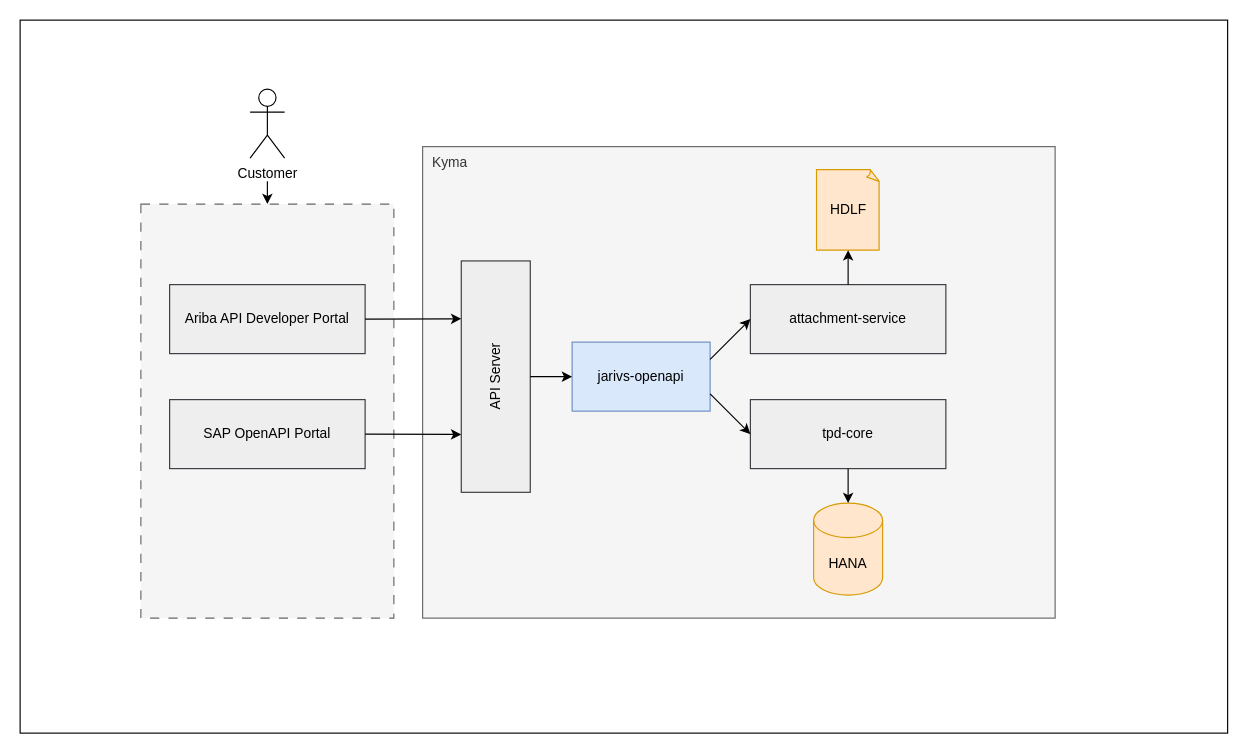
Above: page "Page-1" (1 of 2) of certification-ng.drawio in huangshijie/Drawio (draw.io), before the change. Source tidied: cells renumbered, new cells numbered last; positions are measured from the earlier drawing's top-left corner, leaving out a move shared by most shapes. Both pictures are drawn from the tidied source at 115%, with x=0, y=0 at pixel (20, 20).
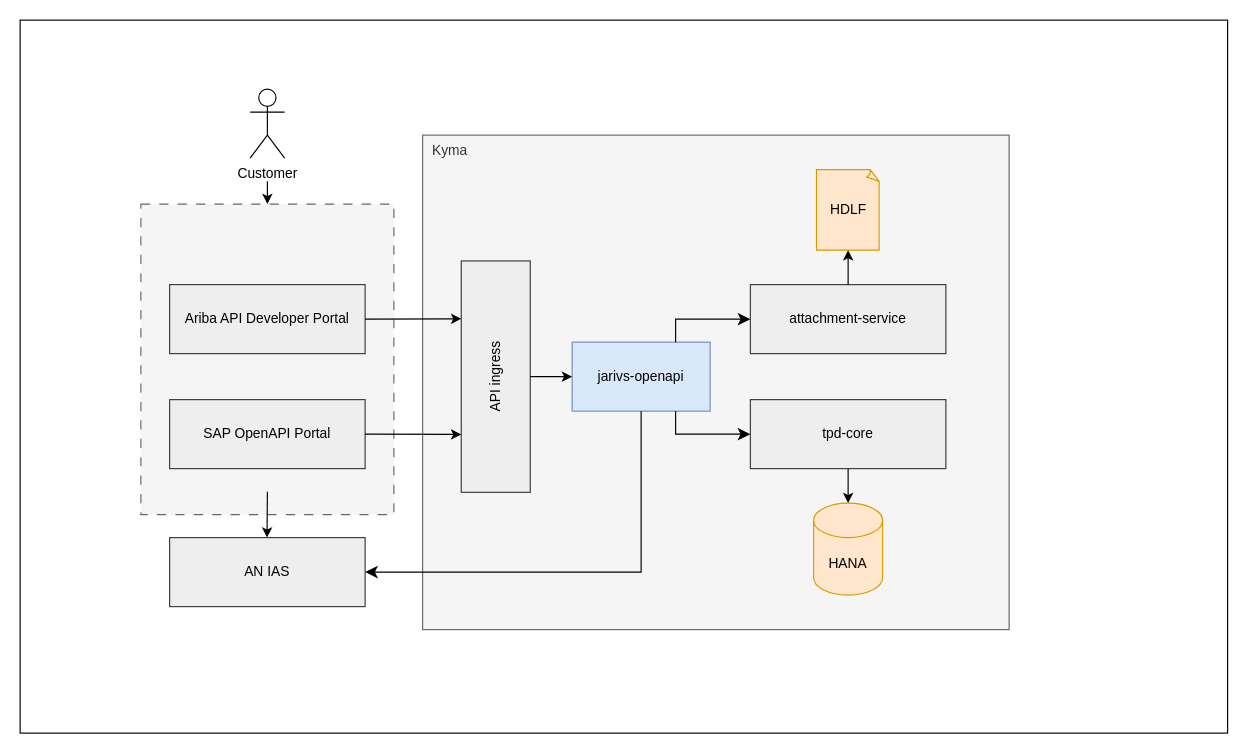
After the change.

Unchanged cells that the change refers to:
```xml
<mxCell id="7" value="tpd-core" style="rounded=0;whiteSpace=wrap;html=1;fillColor=#eeeeee;strokeColor=#36393d;" parent="1" vertex="1">
  <mxGeometry x="635" y="330" width="170" height="60" as="geometry" />
</mxCell>
<mxCell id="11" value="attachment-service" style="rounded=0;whiteSpace=wrap;html=1;fillColor=#eeeeee;strokeColor=#36393d;" parent="1" vertex="1">
  <mxGeometry x="635" y="230" width="170" height="60" as="geometry" />
</mxCell>
<mxCell id="12" value="jarivs-openapi" style="rounded=0;whiteSpace=wrap;html=1;fillColor=#dae8fc;strokeColor=#6c8ebf;rotation=0;" parent="1" vertex="1">
  <mxGeometry x="480" y="280" width="120" height="60" as="geometry" />
</mxCell>
```

Change to the diagram source:
```diff
@@
     <mxCell id="3" style="rounded=0;whiteSpace=wrap;html=1;fillColor=#f5f5f5;fontColor=#333333;strokeColor=#666666;dashed=1;dashPattern=8 8;" parent="1" vertex="1">
-      <mxGeometry x="105" y="160" width="220" height="360" as="geometry" />
+      <mxGeometry x="105" y="160" width="220" height="270" as="geometry" />
     </mxCell>
     <mxCell id="4" value="&amp;nbsp; Kyma" style="rounded=0;whiteSpace=wrap;html=1;fillColor=#f5f5f5;fontColor=#333333;strokeColor=#666666;align=left;verticalAlign=top;" parent="1" vertex="1">
-      <mxGeometry x="350" y="110" width="550" height="410" as="geometry" />
+      <mxGeometry x="350" y="100" width="510" height="430" as="geometry" />
     </mxCell>
@@
-    <mxCell id="6" value="API Server" style="rounded=0;whiteSpace=wrap;html=1;fillColor=#eeeeee;strokeColor=#36393d;rotation=-90;" parent="1" vertex="1">
+    <mxCell id="6" value="API ingress" style="rounded=0;whiteSpace=wrap;html=1;fillColor=#eeeeee;strokeColor=#36393d;rotation=-90;" parent="1" vertex="1">
       <mxGeometry x="313" y="280" width="201.2" height="60" as="geometry" />
     </mxCell>
@@
+    <mxCell id="21" style="endArrow=classic;html=1;rounded=0;entryX=0.5;entryY=0;entryDx=0;entryDy=0;" parent="1" edge="1" target="3">
+      <mxGeometry relative="1" as="geometry">
+        <mxPoint x="215" y="140" as="sourcePoint" />
+      </mxGeometry>
+    </mxCell>
-    <mxCell id="19" style="endArrow=classic;html=1;rounded=0;exitX=1;exitY=0.25;exitDx=0;exitDy=0;entryX=0;entryY=0.5;entryDx=0;entryDy=0;" parent="1" edge="1" source="12" target="11">
-      <mxGeometry relative="1" as="geometry" />
+    <mxCell id="19" style="edgeStyle=segmentEdgeStyle;endArrow=classic;html=1;curved=0;rounded=0;endSize=8;startSize=8;entryX=0;entryY=0.5;entryDx=0;entryDy=0;exitX=0.75;exitY=0;exitDx=0;exitDy=0;" parent="1" edge="1" source="12" target="11">
+      <mxGeometry relative="1" as="geometry">
+        <Array as="points">
+          <mxPoint x="570" y="260" />
+        </Array>
+      </mxGeometry>
     </mxCell>
-    <mxCell id="20" style="endArrow=classic;html=1;rounded=0;exitX=1;exitY=0.75;exitDx=0;exitDy=0;entryX=0;entryY=0.5;entryDx=0;entryDy=0;" parent="1" edge="1" source="12" target="7">
-      <mxGeometry relative="1" as="geometry" />
+    <mxCell id="20" style="edgeStyle=segmentEdgeStyle;endArrow=classic;html=1;curved=0;rounded=0;endSize=8;startSize=8;exitX=0.75;exitY=1;exitDx=0;exitDy=0;entryX=0;entryY=0.5;entryDx=0;entryDy=0;" parent="1" edge="1" source="12" target="7">
+      <mxGeometry relative="1" as="geometry">
+        <Array as="points">
+          <mxPoint x="570" y="360" />
+        </Array>
+      </mxGeometry>
     </mxCell>
-    <mxCell id="21" style="endArrow=classic;html=1;rounded=0;entryX=0.5;entryY=0;entryDx=0;entryDy=0;" parent="1" edge="1" target="3">
-      <mxGeometry relative="1" as="geometry">
-        <mxPoint x="215" y="140" as="sourcePoint" />
-      </mxGeometry>
-    </mxCell>
+    <mxCell id="22" value="AN IAS" style="rounded=0;whiteSpace=wrap;html=1;fillColor=#eeeeee;strokeColor=#36393d;" parent="1" vertex="1">
+      <mxGeometry x="130" y="450" width="170" height="60" as="geometry" />
+    </mxCell>
+    <mxCell id="23" style="edgeStyle=segmentEdgeStyle;endArrow=classic;html=1;curved=0;rounded=0;endSize=8;startSize=8;exitX=0.5;exitY=1;exitDx=0;exitDy=0;entryX=1;entryY=0.5;entryDx=0;entryDy=0;" parent="1" edge="1" source="12" target="22">
+      <mxGeometry relative="1" as="geometry">
+        <Array as="points">
+          <mxPoint x="540" y="480" />
+        </Array>
+      </mxGeometry>
+    </mxCell>
+    <mxCell id="24" style="endArrow=classic;html=1;rounded=0;" parent="1" edge="1">
+      <mxGeometry relative="1" as="geometry">
+        <mxPoint x="215" y="410" as="sourcePoint" />
+        <mxPoint x="214.7" y="450" as="targetPoint" />
+      </mxGeometry>
+    </mxCell>
```
